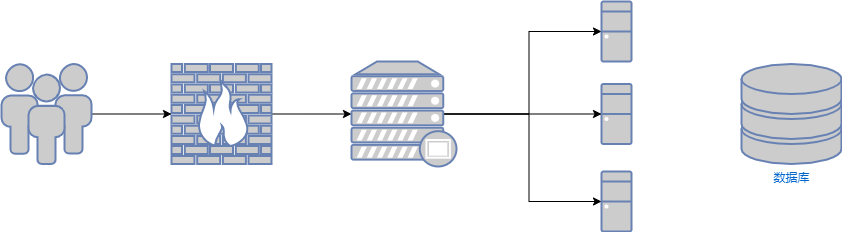
Before: Untitled Diagram.drawio.png, a diagram exported from draw.io (songyibo2019/mydiagrams). Source tidied: cells renumbered, new cells last; positions are measured from the earlier drawing's top-left corner, leaving out a move shared by most shapes.
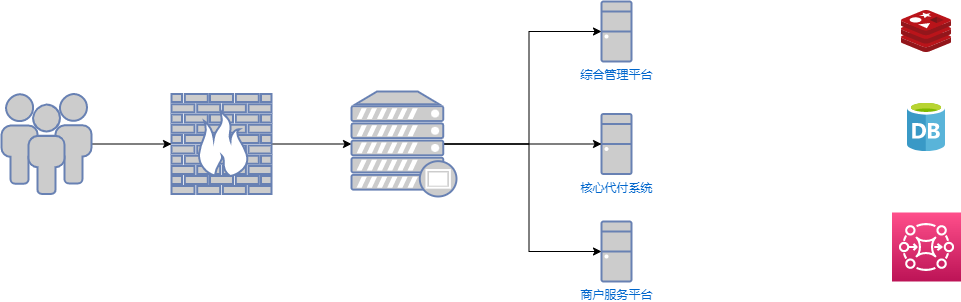
The same file after the commit.

Diff of the diagram source:
```diff
@@ -8,11 +8,8 @@
     <mxCell id="3" style="fontColor=#0066CC;verticalAlign=top;verticalLabelPosition=bottom;labelPosition=center;align=center;html=1;outlineConnect=0;fillColor=#CCCCCC;strokeColor=#6881B3;gradientColor=none;gradientDirection=north;strokeWidth=2;shape=mxgraph.networks.firewall;" parent="1" vertex="1">
       <mxGeometry x="170" y="62.5" width="100" height="100" as="geometry" />
     </mxCell>
-    <mxCell id="4" value="数据库" style="fontColor=#0066CC;verticalAlign=top;verticalLabelPosition=bottom;labelPosition=center;align=center;html=1;fillColor=#CCCCCC;strokeColor=#6881B3;gradientColor=none;gradientDirection=north;strokeWidth=2;shape=mxgraph.networks.storage;" parent="1" vertex="1">
-      <mxGeometry x="740" y="62.5" width="100" height="100" as="geometry" />
-    </mxCell>
-    <mxCell id="5" style="fontColor=#0066CC;verticalAlign=top;verticalLabelPosition=bottom;labelPosition=center;align=center;html=1;outlineConnect=0;fillColor=#CCCCCC;strokeColor=#6881B3;gradientColor=none;gradientDirection=north;strokeWidth=2;shape=mxgraph.networks.desktop_pc;" parent="1" vertex="1">
-      <mxGeometry x="600" width="30" height="60" as="geometry" />
+    <mxCell id="5" value="综合管理平台" style="fontColor=#0066CC;verticalAlign=top;verticalLabelPosition=bottom;labelPosition=center;align=center;html=1;outlineConnect=0;fillColor=#CCCCCC;strokeColor=#6881B3;gradientColor=none;gradientDirection=north;strokeWidth=2;shape=mxgraph.networks.desktop_pc;" parent="1" vertex="1">
+      <mxGeometry x="600" y="-30" width="30" height="60" as="geometry" />
     </mxCell>
     <mxCell id="6" style="edgeStyle=orthogonalEdgeStyle;rounded=0;jettySize=auto;html=1;exitX=1;exitY=0.5;exitDx=0;exitDy=0;exitPerimeter=0;entryX=0;entryY=0.5;entryDx=0;entryDy=0;entryPerimeter=0;" parent="1" edge="1" source="7" target="3">
       <mxGeometry relative="1" as="geometry" />
@@ -20,11 +17,11 @@
     <mxCell id="7" style="fontColor=#0066CC;verticalAlign=top;verticalLabelPosition=bottom;labelPosition=center;align=center;html=1;outlineConnect=0;fillColor=#CCCCCC;strokeColor=#6881B3;gradientColor=none;gradientDirection=north;strokeWidth=2;shape=mxgraph.networks.users;" parent="1" vertex="1">
       <mxGeometry y="62.5" width="90" height="100" as="geometry" />
     </mxCell>
-    <mxCell id="8" style="fontColor=#0066CC;verticalAlign=top;verticalLabelPosition=bottom;labelPosition=center;align=center;html=1;outlineConnect=0;fillColor=#CCCCCC;strokeColor=#6881B3;gradientColor=none;gradientDirection=north;strokeWidth=2;shape=mxgraph.networks.desktop_pc;" parent="1" vertex="1">
+    <mxCell id="8" value="核心代付系统" style="fontColor=#0066CC;verticalAlign=top;verticalLabelPosition=bottom;labelPosition=center;align=center;html=1;outlineConnect=0;fillColor=#CCCCCC;strokeColor=#6881B3;gradientColor=none;gradientDirection=north;strokeWidth=2;shape=mxgraph.networks.desktop_pc;" parent="1" vertex="1">
       <mxGeometry x="600" y="82.5" width="30" height="60" as="geometry" />
     </mxCell>
-    <mxCell id="9" style="fontColor=#0066CC;verticalAlign=top;verticalLabelPosition=bottom;labelPosition=center;align=center;html=1;outlineConnect=0;fillColor=#CCCCCC;strokeColor=#6881B3;gradientColor=none;gradientDirection=north;strokeWidth=2;shape=mxgraph.networks.desktop_pc;" parent="1" vertex="1">
-      <mxGeometry x="600" y="170" width="30" height="60" as="geometry" />
+    <mxCell id="9" value="商户服务平台" style="fontColor=#0066CC;verticalAlign=top;verticalLabelPosition=bottom;labelPosition=center;align=center;html=1;outlineConnect=0;fillColor=#CCCCCC;strokeColor=#6881B3;gradientColor=none;gradientDirection=north;strokeWidth=2;shape=mxgraph.networks.desktop_pc;" parent="1" vertex="1">
+      <mxGeometry x="600" y="190" width="30" height="60" as="geometry" />
     </mxCell>
     <mxCell id="10" style="edgeStyle=orthogonalEdgeStyle;rounded=0;jettySize=auto;html=1;exitX=0.88;exitY=0.5;exitDx=0;exitDy=0;exitPerimeter=0;entryX=0;entryY=0.5;entryDx=0;entryDy=0;entryPerimeter=0;" parent="1" edge="1" source="13" target="8">
       <mxGeometry relative="1" as="geometry" />
@@ -38,5 +35,14 @@
     <mxCell id="13" style="fontColor=#0066CC;verticalAlign=top;verticalLabelPosition=bottom;labelPosition=center;align=center;html=1;outlineConnect=0;fillColor=#CCCCCC;strokeColor=#6881B3;gradientColor=none;gradientDirection=north;strokeWidth=2;shape=mxgraph.networks.proxy_server;" parent="1" vertex="1">
       <mxGeometry x="350" y="60" width="105" height="105" as="geometry" />
     </mxCell>
+    <mxCell id="14" style="sketch=0;html=1;align=center;image;fontSize=12;image=img/lib/mscae/Cache_Redis_Product.svg;" parent="1" vertex="1">
+      <mxGeometry x="900" y="-21" width="50" height="42" as="geometry" />
+    </mxCell>
+    <mxCell id="15" style="sketch=0;html=1;align=center;image;fontSize=12;image=img/lib/mscae/Database_General.svg;" parent="1" vertex="1">
+      <mxGeometry x="906" y="70" width="38" height="50" as="geometry" />
+    </mxCell>
+    <mxCell id="16" style="sketch=0;fontColor=#232F3E;gradientColor=#FF4F8B;gradientDirection=north;fillColor=#BC1356;strokeColor=#ffffff;dashed=0;verticalLabelPosition=bottom;verticalAlign=top;align=center;html=1;fontSize=12;fontStyle=0;shape=mxgraph.aws4.resourceIcon;resIcon=mxgraph.aws4.mq;" parent="1" vertex="1">
+      <mxGeometry x="890.5" y="181" width="69" height="69" as="geometry" />
+    </mxCell>
   </root>
 </mxGraphModel>
```
